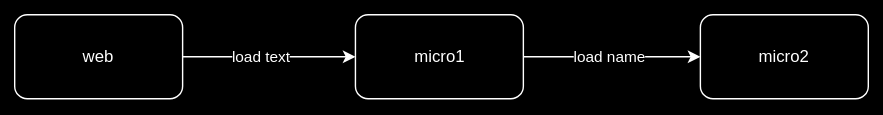
The draw.io diagram docs/sample-app.drawio.svg in andreasgerner/distributed-tracing, before a commit. Source tidied: cells renumbered, new cells last; positions are measured from the earlier drawing's top-left corner, leaving out a move shared by most shapes. Source of this version:
```xml
<mxGraphModel>
  <root>
    <mxCell id="0" />
    <mxCell id="1" parent="0" />
    <mxCell id="2" style="edgeStyle=orthogonalEdgeStyle;rounded=0;jettySize=auto;html=1;" parent="1" edge="1" source="4" target="7">
      <mxGeometry relative="1" as="geometry" />
    </mxCell>
    <mxCell id="3" value="load text" style="edgeLabel;html=1;align=center;verticalAlign=middle;" parent="2" vertex="1">
      <mxGeometry x="-0.1" relative="1" as="geometry" />
    </mxCell>
    <mxCell id="4" value="web" style="rounded=1;whiteSpace=wrap;html=1;" parent="1" vertex="1">
      <mxGeometry width="120" height="60" as="geometry" />
    </mxCell>
    <mxCell id="5" style="edgeStyle=orthogonalEdgeStyle;rounded=0;jettySize=auto;html=1;" parent="1" edge="1" source="7" target="8">
      <mxGeometry relative="1" as="geometry" />
    </mxCell>
    <mxCell id="6" value="load name" style="edgeLabel;html=1;align=center;verticalAlign=middle;" parent="5" vertex="1">
      <mxGeometry x="-0.04" y="2" relative="1" as="geometry">
        <mxPoint y="2" as="offset" />
      </mxGeometry>
    </mxCell>
    <mxCell id="7" value="micro1" style="rounded=1;whiteSpace=wrap;html=1;" parent="1" vertex="1">
      <mxGeometry x="243.5" width="120" height="60" as="geometry" />
    </mxCell>
    <mxCell id="8" value="micro2" style="rounded=1;whiteSpace=wrap;html=1;" parent="1" vertex="1">
      <mxGeometry x="490" width="120" height="60" as="geometry" />
    </mxCell>
  </root>
</mxGraphModel>
```
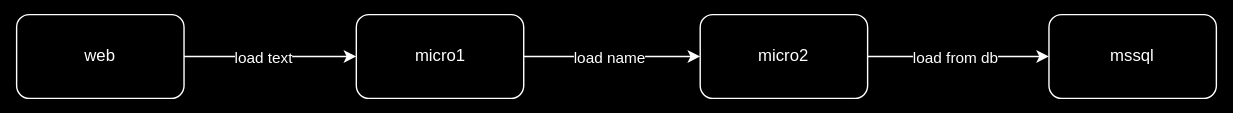
The same diagram one commit later.

Diff of the diagram source:
```diff
@@ -22,8 +22,19 @@
     <mxCell id="7" value="micro1" style="rounded=1;whiteSpace=wrap;html=1;" parent="1" vertex="1">
       <mxGeometry x="243.5" width="120" height="60" as="geometry" />
     </mxCell>
+    <mxCell id="9" style="edgeStyle=orthogonalEdgeStyle;rounded=0;jettySize=auto;html=1;" parent="1" edge="1" source="8" target="11">
+      <mxGeometry relative="1" as="geometry" />
+    </mxCell>
+    <mxCell id="10" value="load from db" style="edgeLabel;html=1;align=center;verticalAlign=middle;" parent="9" vertex="1">
+      <mxGeometry x="-0.04" y="1" relative="1" as="geometry">
+        <mxPoint y="1" as="offset" />
+      </mxGeometry>
+    </mxCell>
     <mxCell id="8" value="micro2" style="rounded=1;whiteSpace=wrap;html=1;" parent="1" vertex="1">
       <mxGeometry x="490" width="120" height="60" as="geometry" />
     </mxCell>
+    <mxCell id="11" value="mssql" style="rounded=1;whiteSpace=wrap;html=1;" parent="1" vertex="1">
+      <mxGeometry x="740" width="120" height="60" as="geometry" />
+    </mxCell>
   </root>
 </mxGraphModel>
```
